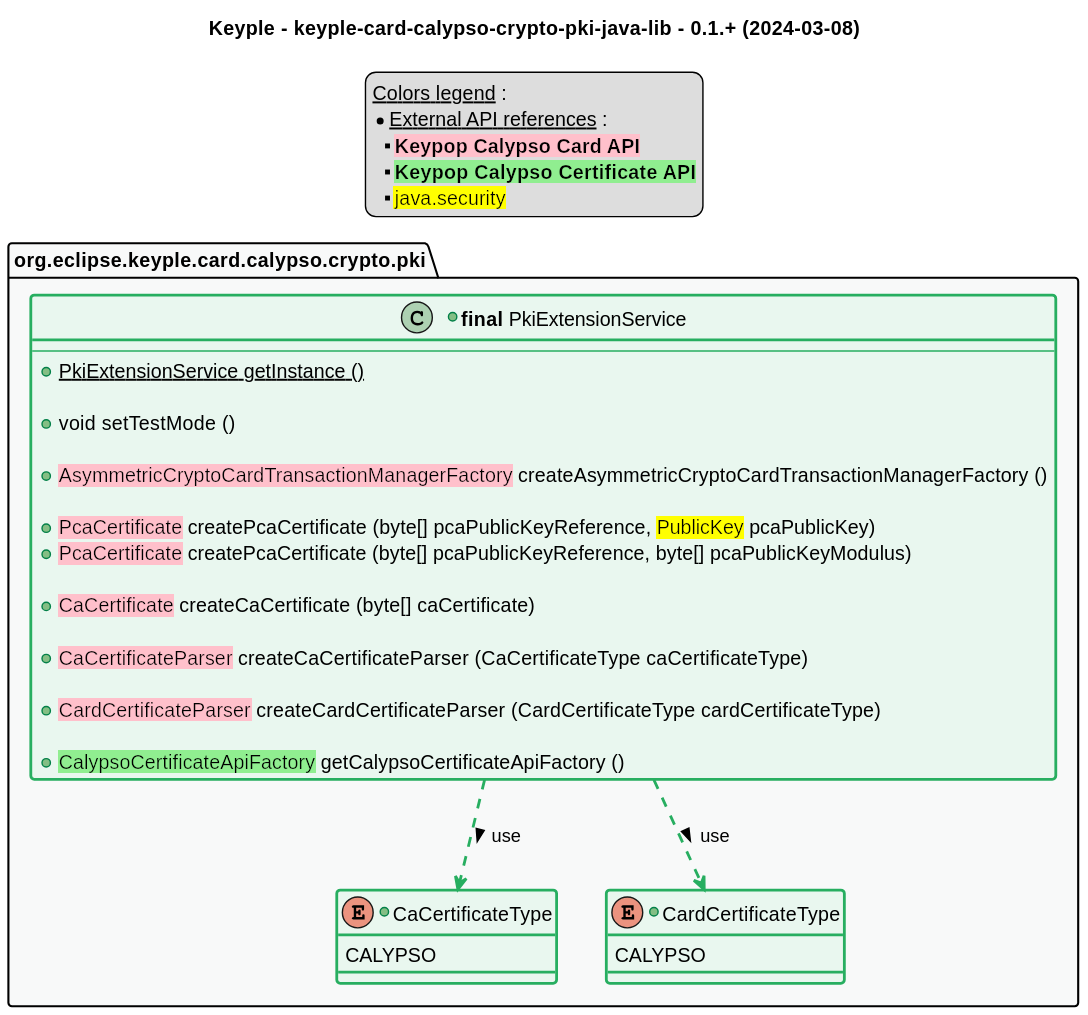
Earlier version of the PlantUML export src/main/uml/api_class_diagram.svg (eclipse-keyple/keyple-card-calypso-crypto-pki-java-lib).
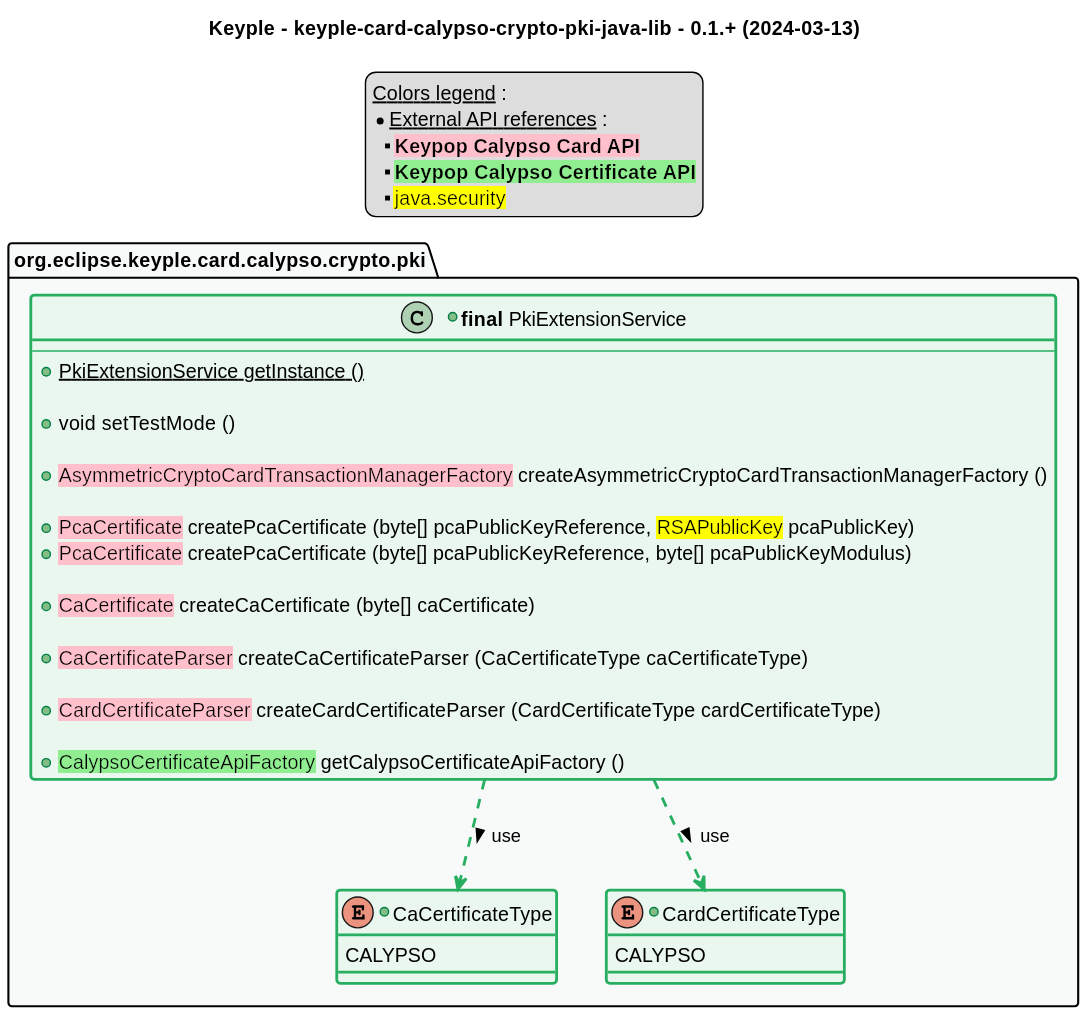
Later version of the same file.

The edit, as a diff of the source:
```diff
@@ -1,6 +1,6 @@
 @startuml
 title
-    Keyple - keyple-card-calypso-crypto-pki-java-lib - 0.1.+ (2024-03-08)
+    Keyple - keyple-card-calypso-crypto-pki-java-lib - 0.1.+ (2024-03-13)
 end title
 
 
@@ -57,7 +57,7 @@
 
         +<back:pink>AsymmetricCryptoCardTransactionManagerFactory</back> createAsymmetricCryptoCardTransactionManagerFactory ()
 
-        +<back:pink>PcaCertificate</back> createPcaCertificate (byte[] pcaPublicKeyReference, <back:yellow>PublicKey</back> pcaPublicKey)
+        +<back:pink>PcaCertificate</back> createPcaCertificate (byte[] pcaPublicKeyReference, <back:yellow>RSAPublicKey</back> pcaPublicKey)
         +<back:pink>PcaCertificate</back> createPcaCertificate (byte[] pcaPublicKeyReference, byte[] pcaPublicKeyModulus)
 
         +<back:pink>CaCertificate</back> createCaCertificate (byte[] caCertificate)
```
